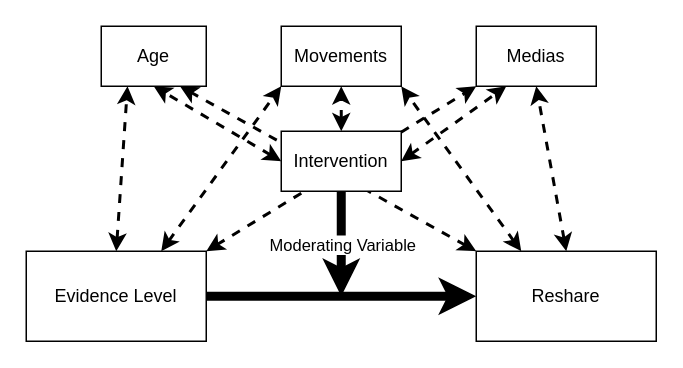
Earlier version of the draw.io diagram StructuralModel.drawio (cameron-raymond/SDS-Thesis). Source tidied: cells renumbered, new cells numbered last; positions are measured from the earlier drawing's top-left corner, leaving out a move shared by most shapes. Both pictures are drawn from the tidied source at 150%, with x=0, y=0 at pixel (26, 26).
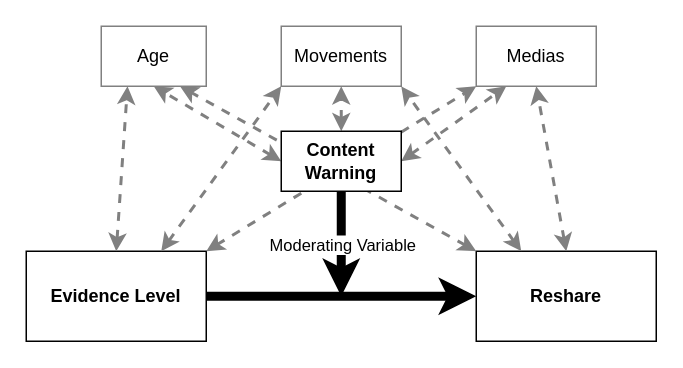
The same page after the edit.

The edit, as a diff of the source:
```diff
@@
-    <mxCell id="2" value="Evidence Level" style="rounded=0;whiteSpace=wrap;html=1;" parent="1" vertex="1">
+    <mxCell id="2" value="&lt;b&gt;Evidence Level&lt;/b&gt;" style="rounded=0;whiteSpace=wrap;html=1;" parent="1" vertex="1">
       <mxGeometry y="150" width="120" height="60" as="geometry" />
     </mxCell>
-    <mxCell id="3" value="Reshare" style="rounded=0;whiteSpace=wrap;html=1;" parent="1" vertex="1">
+    <mxCell id="3" value="Reshare" style="rounded=0;whiteSpace=wrap;html=1;fontStyle=1;" parent="1" vertex="1">
       <mxGeometry x="300" y="150" width="120" height="60" as="geometry" />
     </mxCell>
-    <mxCell id="4" value="Age" style="rounded=0;whiteSpace=wrap;html=1;" parent="1" vertex="1">
+    <mxCell id="4" value="Age" style="rounded=0;whiteSpace=wrap;html=1;strokeColor=#808080;" parent="1" vertex="1">
       <mxGeometry x="50" width="70" height="40" as="geometry" />
     </mxCell>
-    <mxCell id="5" value="Movements" style="rounded=0;whiteSpace=wrap;html=1;" parent="1" vertex="1">
+    <mxCell id="5" value="Movements" style="rounded=0;whiteSpace=wrap;html=1;strokeColor=#808080;" parent="1" vertex="1">
       <mxGeometry x="170" width="80" height="40" as="geometry" />
     </mxCell>
-    <mxCell id="6" value="Medias" style="rounded=0;whiteSpace=wrap;html=1;" parent="1" vertex="1">
+    <mxCell id="6" value="Medias" style="rounded=0;whiteSpace=wrap;html=1;strokeColor=#808080;" parent="1" vertex="1">
       <mxGeometry x="300" width="80" height="40" as="geometry" />
     </mxCell>
@@
-    <mxCell id="10" style="endArrow=classic;startArrow=classic;html=1;strokeWidth=2;entryX=0.25;entryY=1;entryDx=0;entryDy=0;exitX=0.5;exitY=0;exitDx=0;exitDy=0;dashed=1;" parent="1" edge="1" source="2" target="4">
+    <mxCell id="10" style="endArrow=classic;startArrow=classic;html=1;strokeWidth=2;entryX=0.25;entryY=1;entryDx=0;entryDy=0;exitX=0.5;exitY=0;exitDx=0;exitDy=0;dashed=1;strokeColor=#808080;" parent="1" edge="1" source="2" target="4">
       <mxGeometry relative="1" as="geometry" />
     </mxCell>
-    <mxCell id="11" style="endArrow=classic;startArrow=classic;html=1;strokeWidth=2;entryX=0.5;entryY=1;entryDx=0;entryDy=0;exitX=0;exitY=0.5;exitDx=0;exitDy=0;dashed=1;" parent="1" edge="1" source="19" target="4">
+    <mxCell id="11" style="endArrow=classic;startArrow=classic;html=1;strokeWidth=2;entryX=0.5;entryY=1;entryDx=0;entryDy=0;exitX=0;exitY=0.5;exitDx=0;exitDy=0;dashed=1;strokeColor=#808080;" parent="1" edge="1" source="19" target="4">
       <mxGeometry relative="1" as="geometry" />
     </mxCell>
-    <mxCell id="12" style="endArrow=classic;startArrow=classic;html=1;strokeWidth=2;entryX=0.75;entryY=1;entryDx=0;entryDy=0;exitX=0;exitY=0;exitDx=0;exitDy=0;dashed=1;" parent="1" edge="1" source="3" target="4">
+    <mxCell id="12" style="endArrow=classic;startArrow=classic;html=1;strokeWidth=2;entryX=0.75;entryY=1;entryDx=0;entryDy=0;exitX=0;exitY=0;exitDx=0;exitDy=0;dashed=1;strokeColor=#808080;" parent="1" edge="1" source="3" target="4">
       <mxGeometry relative="1" as="geometry" />
     </mxCell>
-    <mxCell id="13" style="endArrow=classic;startArrow=classic;html=1;strokeWidth=2;entryX=0;entryY=1;entryDx=0;entryDy=0;exitX=0.75;exitY=0;exitDx=0;exitDy=0;dashed=1;" parent="1" edge="1" source="2" target="5">
+    <mxCell id="13" style="endArrow=classic;startArrow=classic;html=1;strokeWidth=2;entryX=0;entryY=1;entryDx=0;entryDy=0;exitX=0.75;exitY=0;exitDx=0;exitDy=0;dashed=1;strokeColor=#808080;" parent="1" edge="1" source="2" target="5">
       <mxGeometry relative="1" as="geometry" />
     </mxCell>
-    <mxCell id="14" style="endArrow=classic;startArrow=classic;html=1;strokeWidth=2;entryX=0.5;entryY=1;entryDx=0;entryDy=0;exitX=0.5;exitY=0;exitDx=0;exitDy=0;dashed=1;" parent="1" edge="1" source="19" target="5">
+    <mxCell id="14" style="endArrow=classic;startArrow=classic;html=1;strokeWidth=2;entryX=0.5;entryY=1;entryDx=0;entryDy=0;exitX=0.5;exitY=0;exitDx=0;exitDy=0;dashed=1;strokeColor=#808080;" parent="1" edge="1" source="19" target="5">
       <mxGeometry relative="1" as="geometry" />
     </mxCell>
-    <mxCell id="15" style="endArrow=classic;startArrow=classic;html=1;strokeWidth=2;entryX=1;entryY=1;entryDx=0;entryDy=0;exitX=0.25;exitY=0;exitDx=0;exitDy=0;dashed=1;" parent="1" edge="1" source="3" target="5">
+    <mxCell id="15" style="endArrow=classic;startArrow=classic;html=1;strokeWidth=2;entryX=1;entryY=1;entryDx=0;entryDy=0;exitX=0.25;exitY=0;exitDx=0;exitDy=0;dashed=1;strokeColor=#808080;" parent="1" edge="1" source="3" target="5">
       <mxGeometry relative="1" as="geometry" />
     </mxCell>
-    <mxCell id="16" style="endArrow=classic;startArrow=classic;html=1;strokeWidth=2;entryX=0.5;entryY=1;entryDx=0;entryDy=0;exitX=0.5;exitY=0;exitDx=0;exitDy=0;dashed=1;" parent="1" edge="1" source="3" target="6">
+    <mxCell id="16" style="endArrow=classic;startArrow=classic;html=1;strokeWidth=2;entryX=0.5;entryY=1;entryDx=0;entryDy=0;exitX=0.5;exitY=0;exitDx=0;exitDy=0;dashed=1;strokeColor=#808080;" parent="1" edge="1" source="3" target="6">
       <mxGeometry relative="1" as="geometry" />
     </mxCell>
-    <mxCell id="17" style="endArrow=classic;startArrow=classic;html=1;strokeWidth=2;entryX=0.25;entryY=1;entryDx=0;entryDy=0;exitX=1;exitY=0.5;exitDx=0;exitDy=0;dashed=1;" parent="1" edge="1" source="19" target="6">
+    <mxCell id="17" style="endArrow=classic;startArrow=classic;html=1;strokeWidth=2;entryX=0.25;entryY=1;entryDx=0;entryDy=0;exitX=1;exitY=0.5;exitDx=0;exitDy=0;dashed=1;strokeColor=#808080;" parent="1" edge="1" source="19" target="6">
       <mxGeometry relative="1" as="geometry" />
     </mxCell>
-    <mxCell id="18" style="endArrow=classic;startArrow=classic;html=1;strokeWidth=2;entryX=0;entryY=1;entryDx=0;entryDy=0;exitX=1;exitY=0;exitDx=0;exitDy=0;dashed=1;" parent="1" edge="1" source="2" target="6">
+    <mxCell id="18" style="endArrow=classic;startArrow=classic;html=1;strokeWidth=2;entryX=0;entryY=1;entryDx=0;entryDy=0;exitX=1;exitY=0;exitDx=0;exitDy=0;dashed=1;strokeColor=#808080;" parent="1" edge="1" source="2" target="6">
       <mxGeometry relative="1" as="geometry" />
     </mxCell>
-    <mxCell id="19" value="Intervention" style="rounded=0;whiteSpace=wrap;html=1;" parent="1" vertex="1">
+    <mxCell id="19" value="Content Warning" style="rounded=0;whiteSpace=wrap;html=1;fontStyle=1;" parent="1" vertex="1">
       <mxGeometry x="170" y="70" width="80" height="40" as="geometry" />
     </mxCell>
```
